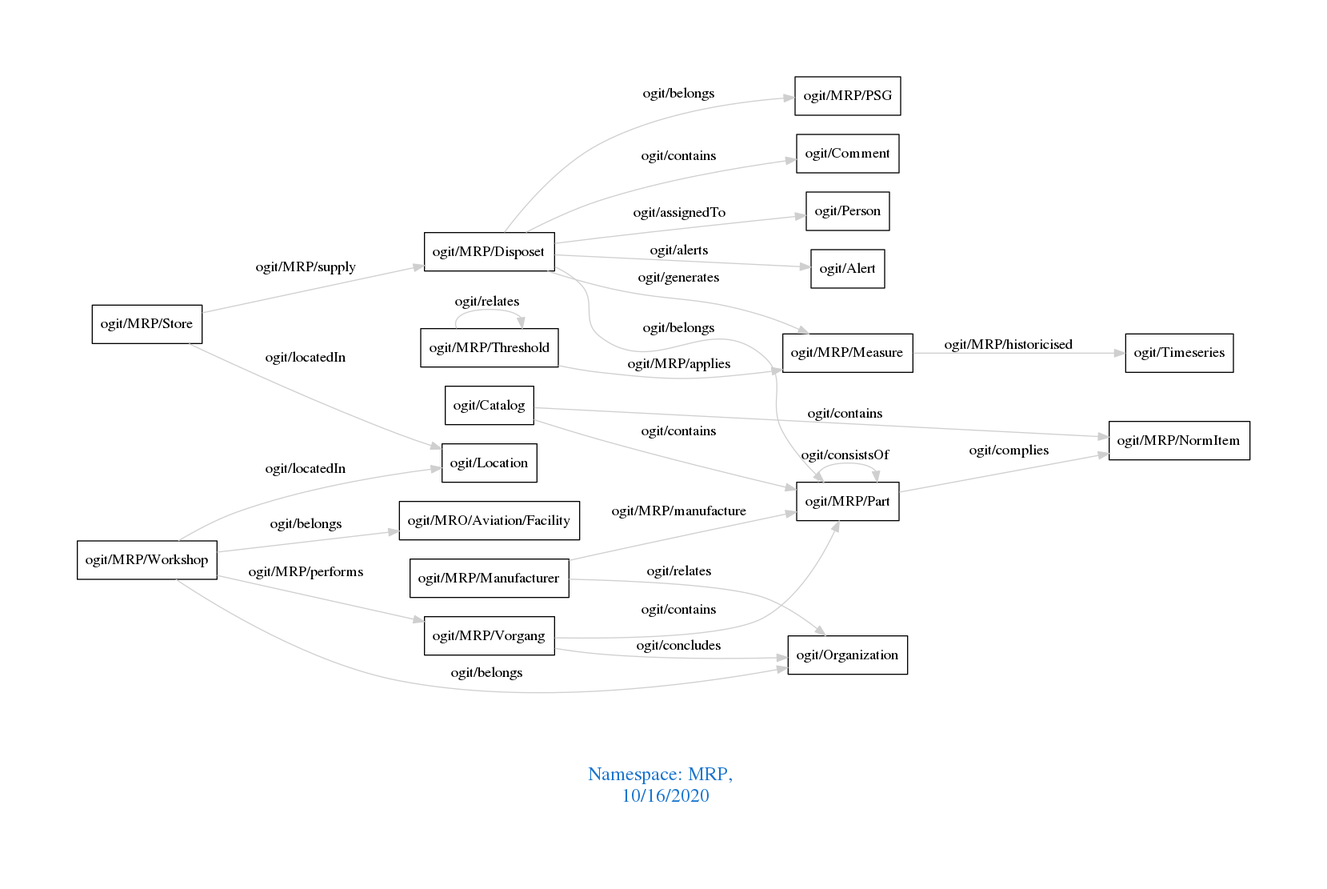
Before: downloads/MRP.png, a diagram exported from Graphviz (arago/OGIT). Its source is kept beside it as downloads/MRP.dot.
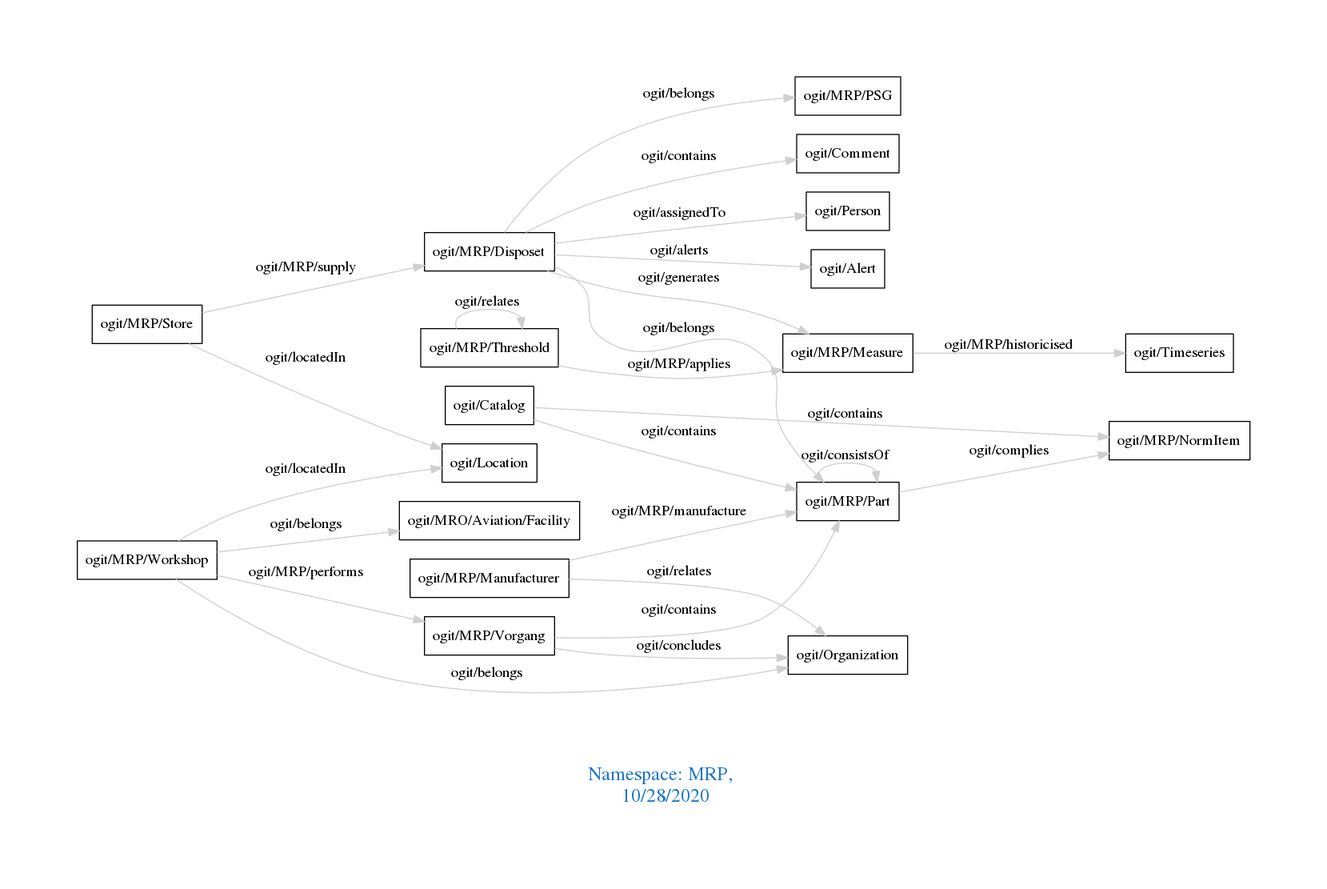
The same file after the commit.

Diff of the diagram source:
```diff
@@ -1,7 +1,7 @@
 digraph OGIT_ontology {
  graph [ rankdir= LR,pad=1
 fontsize = 18,
-fontcolor= dodgerblue3,label = "\n\n\nNamespace: MRP, \n 10/16/2020"];
+fontcolor= dodgerblue3,label = "\n\n\nNamespace: MRP, \n 10/28/2020"];
 node[shape=polygon];
 edge [  color="gray81"];
 
```
